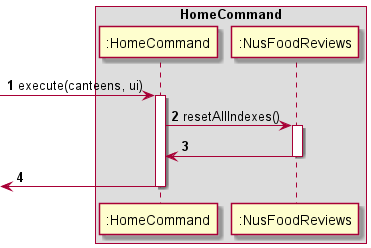
The PlantUML diagram docs/img/HomeCommand.png in nus-cs2113-AY2021S2/tp, before a commit. The source it was exported from:
```plantuml
@startuml

autonumber
box HomeCommand

-> ":HomeCommand" : execute(canteens, ui)
activate ":HomeCommand"

":HomeCommand" -> ":NusFoodReviews" : resetAllIndexes()
activate ":NusFoodReviews"
":NusFoodReviews" -> ":HomeCommand"
deactivate ":NusFoodReviews"

<- ":HomeCommand"
deactivate ":HomeCommand"
@enduml
```
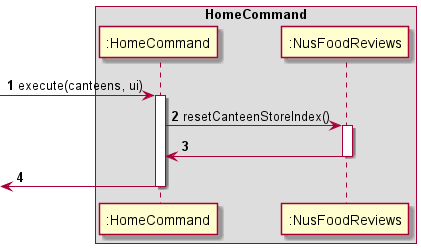
The same file after the commit.

The edit, as a diff of the source:
```diff
@@ -6,7 +6,7 @@
 -> ":HomeCommand" : execute(canteens, ui)
 activate ":HomeCommand"
 
-":HomeCommand" -> ":NusFoodReviews" : resetAllIndexes()
+":HomeCommand" -> ":NusFoodReviews" : resetCanteenStoreIndex()
 activate ":NusFoodReviews"
 ":NusFoodReviews" -> ":HomeCommand"
 deactivate ":NusFoodReviews"
```
